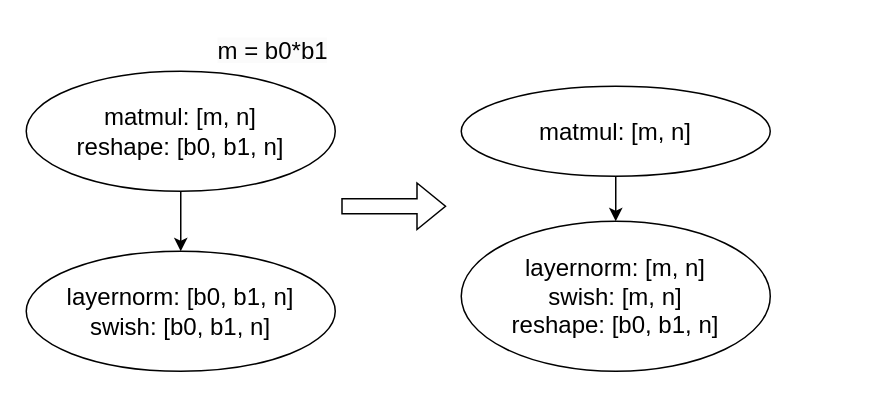
Earlier version of the draw.io diagram 3691.drawio (ABigDoge/MyDiagrams). Source tidied: cells renumbered, new cells numbered last; positions are measured from the earlier drawing's top-left corner, leaving out a move shared by most shapes. Both pictures are drawn from the tidied source at 150%, with x=0, y=0 at pixel (26, 26).
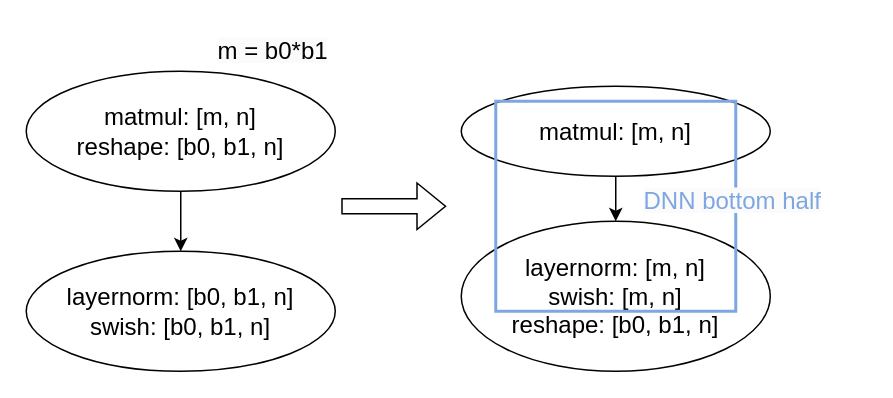
After the change.

Diff of the diagram source:
```diff
@@
 <mxGraphModel>
   <root>
     <mxCell id="0" />
     <mxCell id="1" parent="0" />
     <mxCell id="2" style="edgeStyle=orthogonalEdgeStyle;rounded=0;jettySize=auto;html=1;" parent="1" edge="1" source="3" target="4">
       <mxGeometry relative="1" as="geometry" />
     </mxCell>
     <mxCell id="3" value="&lt;font style=&quot;font-size: 16px;&quot;&gt;matmul: [m, n]&lt;/font&gt;&lt;div&gt;&lt;font style=&quot;font-size: 16px;&quot;&gt;reshape: [b0, b1, n]&lt;/font&gt;&lt;/div&gt;" style="ellipse;whiteSpace=wrap;html=1;" parent="1" vertex="1">
       <mxGeometry y="30" width="206" height="80" as="geometry" />
     </mxCell>
     <mxCell id="4" value="&lt;div&gt;&lt;font style=&quot;font-size: 16px;&quot;&gt;layernorm: [b0, b1, n]&lt;/font&gt;&lt;/div&gt;&lt;div&gt;&lt;font style=&quot;font-size: 16px;&quot;&gt;swish: [b0, b1, n]&lt;/font&gt;&lt;/div&gt;" style="ellipse;whiteSpace=wrap;html=1;" parent="1" vertex="1">
       <mxGeometry y="150" width="206" height="80" as="geometry" />
     </mxCell>
     <mxCell id="5" style="edgeStyle=orthogonalEdgeStyle;rounded=0;jettySize=auto;html=1;" parent="1" edge="1" source="6" target="7">
       <mxGeometry relative="1" as="geometry" />
     </mxCell>
     <mxCell id="6" value="&lt;font style=&quot;font-size: 16px;&quot;&gt;matmul: [m, n]&lt;/font&gt;" style="ellipse;whiteSpace=wrap;html=1;" parent="1" vertex="1">
       <mxGeometry x="290" y="40" width="206" height="60" as="geometry" />
     </mxCell>
     <mxCell id="7" value="&lt;div&gt;&lt;span style=&quot;font-size: 16px; background-color: transparent; color: light-dark(rgb(0, 0, 0), rgb(255, 255, 255));&quot;&gt;layernorm: [m, n]&lt;/span&gt;&lt;/div&gt;&lt;div&gt;&lt;font style=&quot;font-size: 16px;&quot;&gt;swish: [m, n]&lt;/font&gt;&lt;/div&gt;&lt;div&gt;&lt;span style=&quot;font-size: 16px;&quot;&gt;reshape: [b0, b1, n]&lt;/span&gt;&lt;/div&gt;" style="ellipse;whiteSpace=wrap;html=1;" parent="1" vertex="1">
       <mxGeometry x="290" y="130" width="206" height="100" as="geometry" />
     </mxCell>
     <mxCell id="8" value="&lt;span style=&quot;color: rgb(0, 0, 0); font-family: Helvetica; font-size: 16px; font-style: normal; font-variant-ligatures: normal; font-variant-caps: normal; font-weight: 400; letter-spacing: normal; orphans: 2; text-align: center; text-indent: 0px; text-transform: none; widows: 2; word-spacing: 0px; -webkit-text-stroke-width: 0px; white-space: normal; background-color: rgb(251, 251, 251); text-decoration-thickness: initial; text-decoration-style: initial; text-decoration-color: initial; float: none; display: inline !important;&quot;&gt;m = b0*b1&lt;/span&gt;" style="text;whiteSpace=wrap;html=1;" parent="1" vertex="1">
       <mxGeometry x="126" width="80" height="40" as="geometry" />
     </mxCell>
     <mxCell id="9" style="shape=flexArrow;endArrow=classic;html=1;rounded=0;" parent="1" edge="1">
       <mxGeometry relative="1" as="geometry">
         <mxPoint x="210" y="120" as="sourcePoint" />
         <mxPoint x="280" y="120" as="targetPoint" />
       </mxGeometry>
     </mxCell>
+    <mxCell id="10" style="rounded=0;whiteSpace=wrap;html=1;fillColor=none;strokeColor=#7EA6E0;strokeWidth=2;" parent="1" vertex="1">
+      <mxGeometry x="313" y="50" width="160" height="140" as="geometry" />
+    </mxCell>
+    <mxCell id="11" value="&lt;span style=&quot;font-family: Helvetica; font-size: 16px; font-style: normal; font-variant-ligatures: normal; font-variant-caps: normal; font-weight: 400; letter-spacing: normal; orphans: 2; text-align: center; text-indent: 0px; text-transform: none; widows: 2; word-spacing: 0px; -webkit-text-stroke-width: 0px; white-space: normal; background-color: rgb(251, 251, 251); text-decoration-thickness: initial; text-decoration-style: initial; text-decoration-color: initial; float: none; display: inline !important;&quot;&gt;&lt;font style=&quot;color: rgb(126, 166, 224);&quot;&gt;DNN bottom half&lt;/font&gt;&lt;/span&gt;" style="text;whiteSpace=wrap;html=1;" parent="1" vertex="1">
+      <mxGeometry x="410" y="100" width="150" height="40" as="geometry" />
+    </mxCell>
   </root>
 </mxGraphModel>
```
